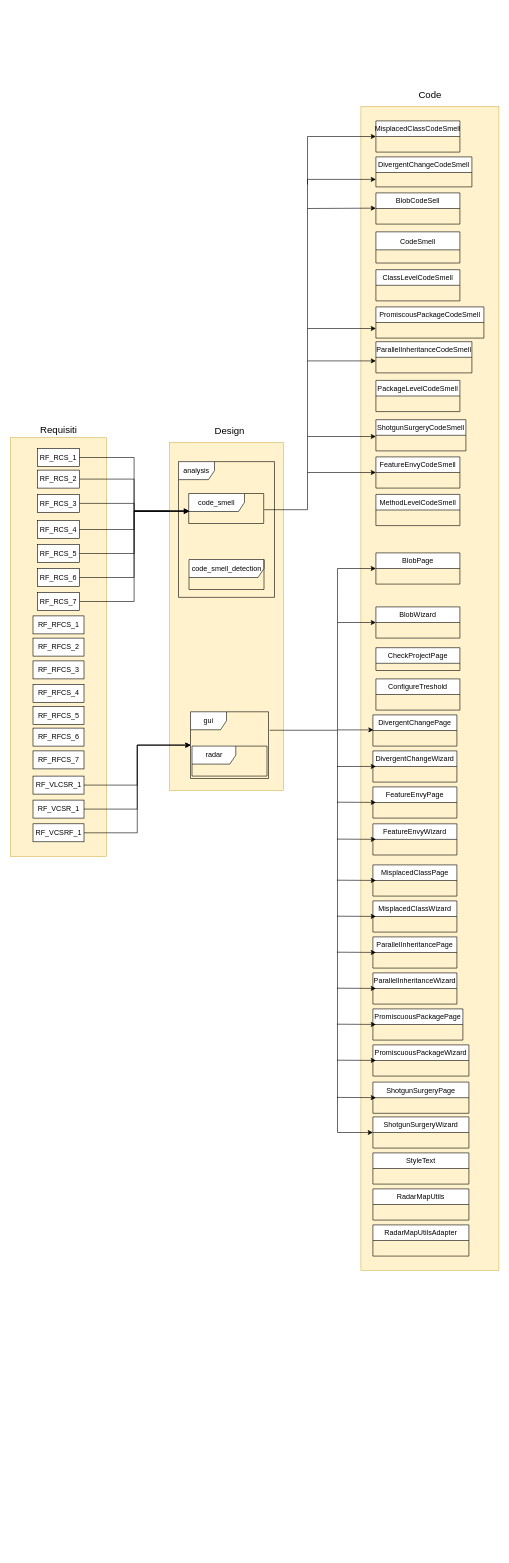
This is Documentazione generale/Change Request Reengineering/Grafici Impact Analysis/TraceabilityGraph.drawio from AntonioTrovato/Evoluzione-cASpER, a draw.io file, before an edit. Source tidied: cells renumbered, new cells numbered last; positions are measured from the earlier drawing's top-left corner, leaving out a move shared by most shapes. Both pictures are drawn from the tidied source at 60%, with x=0, y=0 at pixel (10, 88).
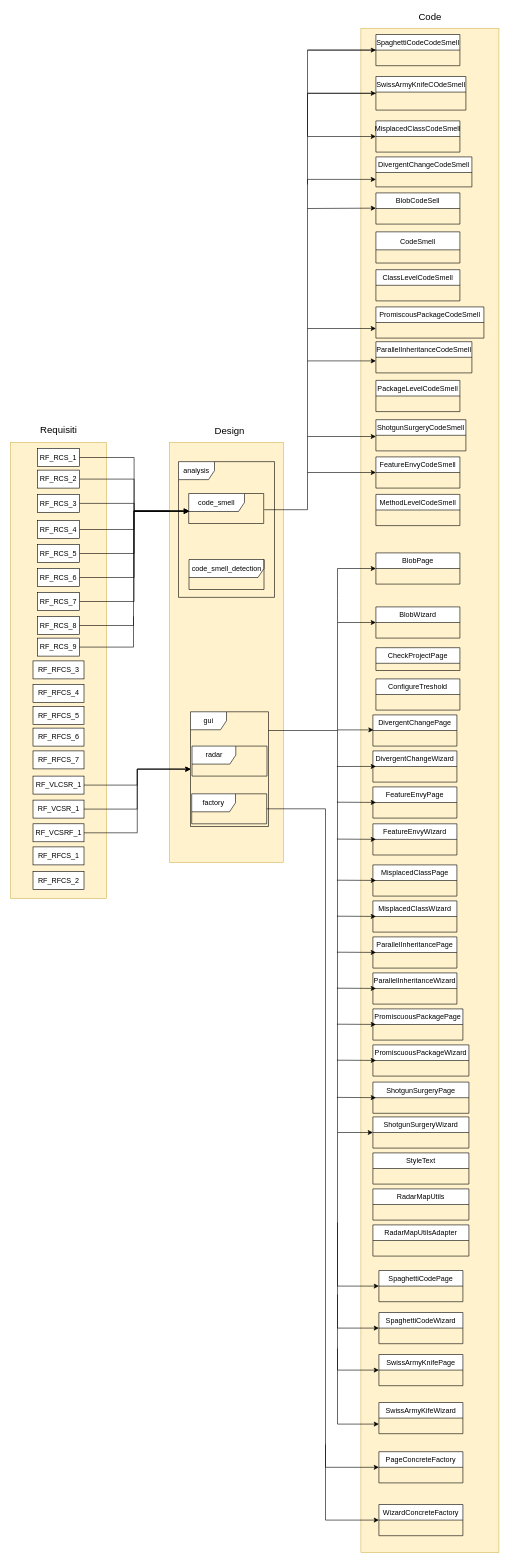
Above is the later version.

The change refers to these unchanged cells:
```xml
<mxCell id="27" value="BlobWizard" style="swimlane;fontStyle=0;horizontal=1;startSize=26;" parent="1" vertex="1">
  <mxGeometry x="609" y="864" width="140" height="52" as="geometry" />
</mxCell>
<mxCell id="88" value="code_smell" style="shape=umlFrame;whiteSpace=wrap;html=1;width=93;height=30;" parent="1" vertex="1">
  <mxGeometry x="297" y="675" width="125" height="50" as="geometry" />
</mxCell>
```

The edit, as a diff of the source:
```diff
@@
     <mxCell id="2" style="rounded=0;whiteSpace=wrap;html=1;fillColor=#fff2cc;strokeColor=#d6b656;" parent="1" vertex="1">
-      <mxGeometry x="584" y="30" width="230" height="1940" as="geometry" />
+      <mxGeometry x="584" y="-100" width="230" height="2540" as="geometry" />
     </mxCell>
     <mxCell id="3" style="rounded=0;whiteSpace=wrap;html=1;fillColor=#fff2cc;strokeColor=#d6b656;" parent="1" vertex="1">
-      <mxGeometry y="582" width="160" height="698" as="geometry" />
+      <mxGeometry y="590" width="160" height="760" as="geometry" />
     </mxCell>
@@
     <mxCell id="9" style="rounded=0;whiteSpace=wrap;html=1;fillColor=#fff2cc;strokeColor=#d6b656;" parent="1" vertex="1">
-      <mxGeometry x="265" y="590" width="190" height="580" as="geometry" />
+      <mxGeometry x="265" y="590" width="190" height="700" as="geometry" />
     </mxCell>
@@
-    <mxCell id="13" style="edgeStyle=orthogonalEdgeStyle;rounded=0;jettySize=auto;html=1;entryX=0;entryY=0.5;entryDx=0;entryDy=0;fontSize=16;exitX=1.015;exitY=0.277;exitDx=0;exitDy=0;exitPerimeter=0;" parent="1" edge="1" source="14" target="27">
+    <mxCell id="13" style="edgeStyle=orthogonalEdgeStyle;rounded=0;jettySize=auto;html=1;entryX=0;entryY=0.5;entryDx=0;entryDy=0;fontSize=16;" parent="1" edge="1" source="14" target="27">
       <mxGeometry relative="1" as="geometry">
         <Array as="points">
           <mxPoint x="545" y="1070" />
           <mxPoint x="545" y="890" />
         </Array>
       </mxGeometry>
     </mxCell>
     <mxCell id="14" value="gui" style="shape=umlFrame;whiteSpace=wrap;html=1;" parent="1" vertex="1">
-      <mxGeometry x="300" y="1038.8" width="130" height="111.2" as="geometry" />
+      <mxGeometry x="300" y="1038.8" width="130" height="191.2" as="geometry" />
     </mxCell>
@@
     <mxCell id="47" value="&lt;font style=&quot;font-size: 16px;&quot;&gt;Code&lt;/font&gt;" style="text;html=1;align=center;verticalAlign=middle;strokeColor=none;fillColor=none;" parent="1" vertex="1">
-      <mxGeometry x="674" width="50" height="20" as="geometry" />
+      <mxGeometry x="674" y="-130" width="50" height="20" as="geometry" />
     </mxCell>
@@
     <mxCell id="75" value="RF_RFCS_1" style="rounded=0;whiteSpace=wrap;html=1;" parent="1" vertex="1">
-      <mxGeometry x="37.5" y="879" width="85" height="30" as="geometry" />
+      <mxGeometry x="37.5" y="1264" width="85" height="30" as="geometry" />
     </mxCell>
     <mxCell id="76" value="RF_RFCS_2" style="rounded=0;whiteSpace=wrap;html=1;" parent="1" vertex="1">
-      <mxGeometry x="37.5" y="916" width="85" height="30" as="geometry" />
+      <mxGeometry x="37.5" y="1305" width="85" height="30" as="geometry" />
     </mxCell>
@@
+    <mxCell id="91" value="RF_RCS_8" style="rounded=0;whiteSpace=wrap;html=1;" parent="1" vertex="1">
+      <mxGeometry x="45" y="880" width="70" height="30" as="geometry" />
+    </mxCell>
+    <mxCell id="92" value="RF_RCS_9" style="rounded=0;whiteSpace=wrap;html=1;" parent="1" vertex="1">
+      <mxGeometry x="45" y="916" width="70" height="30" as="geometry" />
+    </mxCell>
+    <mxCell id="93" style="edgeStyle=orthogonalEdgeStyle;rounded=0;jettySize=auto;html=1;entryX=0;entryY=0.588;entryDx=0;entryDy=0;entryPerimeter=0;exitX=1;exitY=0.5;exitDx=0;exitDy=0;" parent="1" edge="1" source="91" target="88">
+      <mxGeometry relative="1" as="geometry">
+        <Array as="points">
+          <mxPoint x="205" y="895" />
+          <mxPoint x="205" y="704" />
+        </Array>
+      </mxGeometry>
+    </mxCell>
+    <mxCell id="94" style="endArrow=none;html=1;rounded=0;exitX=1;exitY=0.5;exitDx=0;exitDy=0;" parent="1" edge="1" source="92">
+      <mxGeometry relative="1" as="geometry">
+        <mxPoint x="205" y="880" as="targetPoint" />
+        <Array as="points">
+          <mxPoint x="205" y="931" />
+        </Array>
+      </mxGeometry>
+    </mxCell>
+    <mxCell id="95" value="SpaghettiCodeCodeSmell" style="swimlane;fontStyle=0;horizontal=1;startSize=26;" parent="1" vertex="1">
+      <mxGeometry x="609" y="-90" width="140" height="52" as="geometry" />
+    </mxCell>
+    <mxCell id="96" value="SwissArmyKnifeCOdeSmell" style="swimlane;fontStyle=0;horizontal=1;startSize=26;" parent="1" vertex="1">
+      <mxGeometry x="609" y="-20" width="150" height="56" as="geometry" />
+    </mxCell>
+    <mxCell id="97" style="endArrow=none;html=1;rounded=0;entryX=0;entryY=0.5;entryDx=0;entryDy=0;" parent="1" edge="1" target="95">
+      <mxGeometry relative="1" as="geometry">
+        <mxPoint x="495" y="80" as="sourcePoint" />
+        <Array as="points">
+          <mxPoint x="495" y="-64" />
+        </Array>
+      </mxGeometry>
+    </mxCell>
+    <mxCell id="98" style="endArrow=none;html=1;rounded=0;entryX=0;entryY=0.5;entryDx=0;entryDy=0;" parent="1" edge="1" target="96">
+      <mxGeometry relative="1" as="geometry">
+        <mxPoint x="495" y="80" as="sourcePoint" />
+        <Array as="points">
+          <mxPoint x="495" y="8" />
+        </Array>
+      </mxGeometry>
+    </mxCell>
+    <mxCell id="99" style="endArrow=classic;html=1;rounded=0;entryX=0;entryY=0.5;entryDx=0;entryDy=0;" parent="1" edge="1" target="96">
+      <mxGeometry relative="1" as="geometry">
+        <mxPoint x="495" y="8" as="sourcePoint" />
+      </mxGeometry>
+    </mxCell>
+    <mxCell id="100" style="endArrow=classic;html=1;rounded=0;entryX=0;entryY=0.5;entryDx=0;entryDy=0;" parent="1" edge="1" target="95">
+      <mxGeometry relative="1" as="geometry">
+        <mxPoint x="495" y="-64" as="sourcePoint" />
+      </mxGeometry>
+    </mxCell>
+    <mxCell id="101" value="SpaghettiCodePage" style="swimlane;fontStyle=0;horizontal=1;startSize=26;" parent="1" vertex="1">
+      <mxGeometry x="614" y="1970" width="140" height="52" as="geometry" />
+    </mxCell>
+    <mxCell id="102" value="SpaghettiCodeWizard" style="swimlane;fontStyle=0;horizontal=1;startSize=26;" parent="1" vertex="1">
+      <mxGeometry x="614" y="2040" width="140" height="52" as="geometry" />
+    </mxCell>
+    <mxCell id="103" value="SwissArmyKnifePage" style="swimlane;fontStyle=0;horizontal=1;startSize=26;" parent="1" vertex="1">
+      <mxGeometry x="614" y="2110" width="140" height="52" as="geometry" />
+    </mxCell>
+    <mxCell id="104" value="SwissArmyKifeWizard" style="swimlane;fontStyle=0;horizontal=1;startSize=26;" parent="1" vertex="1">
+      <mxGeometry x="614" y="2190" width="140" height="52" as="geometry" />
+    </mxCell>
+    <mxCell id="105" value="PageConcreteFactory" style="swimlane;fontStyle=0;horizontal=1;startSize=26;" parent="1" vertex="1">
+      <mxGeometry x="614" y="2272" width="140" height="52" as="geometry" />
+    </mxCell>
+    <mxCell id="106" value="WizardConcreteFactory" style="swimlane;fontStyle=0;horizontal=1;startSize=26;" parent="1" vertex="1">
+      <mxGeometry x="614" y="2360" width="140" height="52" as="geometry" />
+    </mxCell>
+    <mxCell id="107" style="endArrow=classic;html=1;rounded=0;fontSize=16;entryX=0;entryY=0.5;entryDx=0;entryDy=0;" parent="1" edge="1" target="101">
+      <mxGeometry relative="1" as="geometry">
+        <mxPoint x="545" y="1740" as="sourcePoint" />
+        <Array as="points">
+          <mxPoint x="545" y="1996" />
+        </Array>
+      </mxGeometry>
+    </mxCell>
+    <mxCell id="108" style="endArrow=classic;html=1;rounded=0;entryX=0;entryY=0.5;entryDx=0;entryDy=0;" parent="1" edge="1" target="102">
+      <mxGeometry relative="1" as="geometry">
+        <mxPoint x="545" y="1890" as="sourcePoint" />
+        <Array as="points">
+          <mxPoint x="545" y="2066" />
+        </Array>
+      </mxGeometry>
+    </mxCell>
+    <mxCell id="109" style="endArrow=classic;html=1;rounded=0;entryX=0;entryY=0.5;entryDx=0;entryDy=0;" parent="1" edge="1" target="103">
+      <mxGeometry relative="1" as="geometry">
+        <mxPoint x="545" y="2010" as="sourcePoint" />
+        <Array as="points">
+          <mxPoint x="545" y="2136" />
+        </Array>
+      </mxGeometry>
+    </mxCell>
+    <mxCell id="110" style="endArrow=classic;html=1;rounded=0;entryX=0;entryY=0.5;entryDx=0;entryDy=0;" parent="1" edge="1">
+      <mxGeometry relative="1" as="geometry">
+        <mxPoint x="545" y="2100" as="sourcePoint" />
+        <mxPoint x="614" y="2226" as="targetPoint" />
+        <Array as="points">
+          <mxPoint x="545" y="2226" />
+        </Array>
+      </mxGeometry>
+    </mxCell>
+    <mxCell id="111" style="edgeStyle=orthogonalEdgeStyle;rounded=0;jettySize=auto;html=1;entryX=0;entryY=0.5;entryDx=0;entryDy=0;" parent="1" edge="1" source="112" target="105">
+      <mxGeometry relative="1" as="geometry">
+        <Array as="points">
+          <mxPoint x="525" y="1201" />
+          <mxPoint x="525" y="2298" />
+        </Array>
+      </mxGeometry>
+    </mxCell>
+    <mxCell id="112" value="factory" style="shape=umlFrame;whiteSpace=wrap;html=1;width=73;height=30;" parent="1" vertex="1">
+      <mxGeometry x="302" y="1175.5" width="125" height="50" as="geometry" />
+    </mxCell>
+    <mxCell id="113" style="endArrow=classic;html=1;rounded=0;entryX=0;entryY=0.5;entryDx=0;entryDy=0;" parent="1" edge="1" target="106">
+      <mxGeometry relative="1" as="geometry">
+        <mxPoint x="525" y="2260" as="sourcePoint" />
+        <Array as="points">
+          <mxPoint x="525" y="2386" />
+        </Array>
+      </mxGeometry>
+    </mxCell>
```
